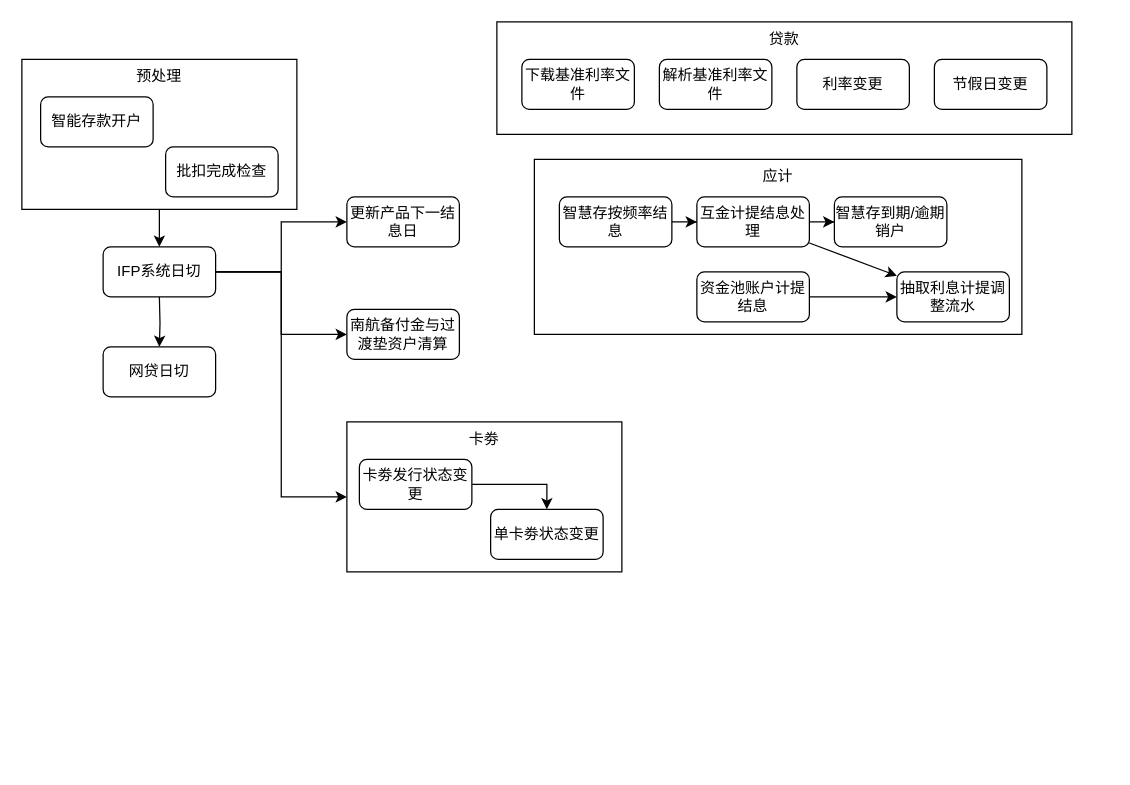
Above: page "MAIN" (2 of 2) of 日终处理.drawio in CaiShaobin/abin_drawio (draw.io), before the change. Source tidied: cells renumbered, new cells numbered last; positions are measured from the earlier drawing's top-left corner, leaving out a move shared by most shapes. Both pictures are drawn from the tidied source at 125%, with x=0, y=0 at pixel (21, 21).
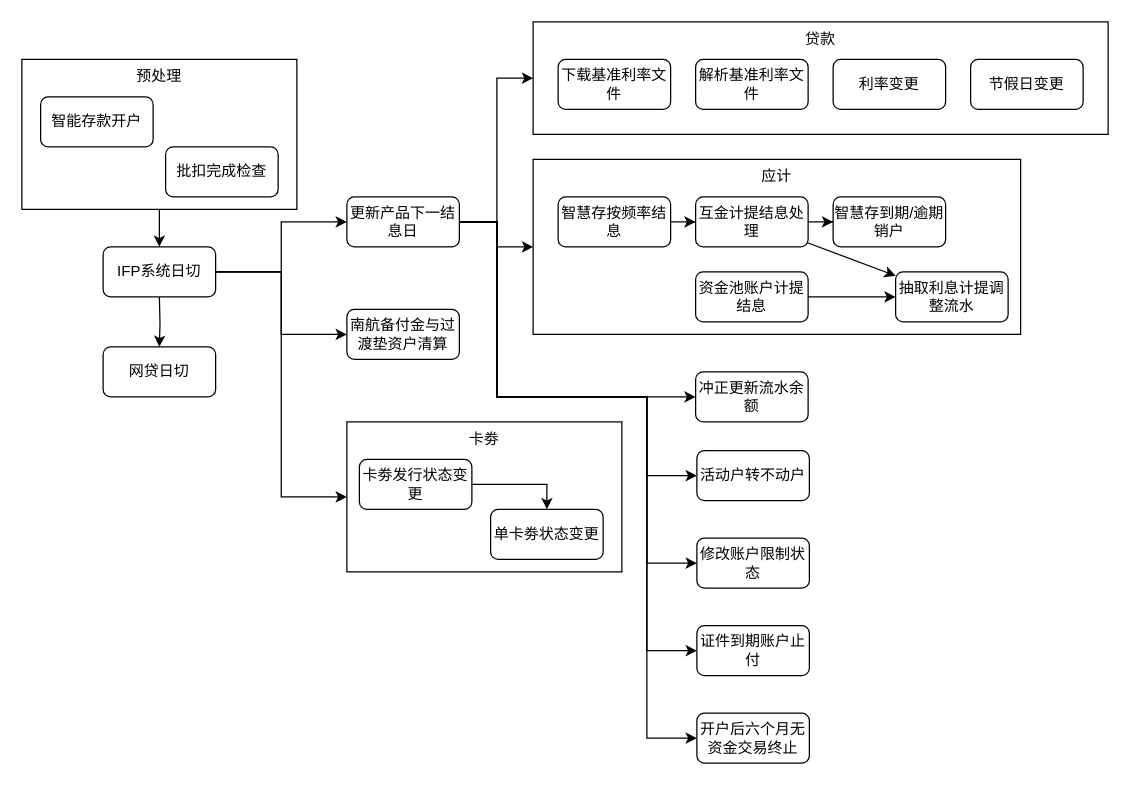
Above is the later version.

Commit message:
更新日终处理.drawio

The change refers to these unchanged cells:
```xml
<mxCell id="12" value="更新产品下一结息日" style="rounded=1;whiteSpace=wrap;html=1;" parent="1" vertex="1">
  <mxGeometry x="260" y="140" width="90" height="40" as="geometry" />
</mxCell>
<mxCell id="20" value="贷款" style="rounded=0;whiteSpace=wrap;html=1;verticalAlign=top;" parent="19" vertex="1">
  <mxGeometry width="460" height="90" as="geometry" />
</mxCell>
<mxCell id="26" value="应计" style="rounded=0;whiteSpace=wrap;html=1;verticalAlign=top;" parent="25" vertex="1">
  <mxGeometry width="390" height="140" as="geometry" />
</mxCell>
```

Change to the diagram source:
```diff
@@
+    <mxCell id="36" style="edgeStyle=orthogonalEdgeStyle;rounded=0;jettySize=auto;html=1;entryX=0;entryY=0.5;entryDx=0;entryDy=0;" parent="1" edge="1" source="12" target="20">
+      <mxGeometry relative="1" as="geometry">
+        <Array as="points">
+          <mxPoint x="380" y="160" />
+          <mxPoint x="380" y="45" />
+        </Array>
+      </mxGeometry>
+    </mxCell>
+    <mxCell id="37" style="edgeStyle=orthogonalEdgeStyle;rounded=0;jettySize=auto;html=1;" parent="1" edge="1" source="12" target="26">
+      <mxGeometry relative="1" as="geometry">
+        <Array as="points">
+          <mxPoint x="380" y="160" />
+          <mxPoint x="380" y="180" />
+        </Array>
+      </mxGeometry>
+    </mxCell>
+    <mxCell id="38" style="edgeStyle=orthogonalEdgeStyle;rounded=0;jettySize=auto;html=1;entryX=0;entryY=0.5;entryDx=0;entryDy=0;" parent="1" edge="1" source="12" target="44">
+      <mxGeometry relative="1" as="geometry">
+        <Array as="points">
+          <mxPoint x="380" y="160" />
+          <mxPoint x="380" y="300" />
+          <mxPoint x="500" y="300" />
+          <mxPoint x="500" y="363" />
+        </Array>
+      </mxGeometry>
+    </mxCell>
+    <mxCell id="39" style="edgeStyle=orthogonalEdgeStyle;rounded=0;jettySize=auto;html=1;entryX=0;entryY=0.5;entryDx=0;entryDy=0;" parent="1" edge="1" source="12" target="43">
+      <mxGeometry relative="1" as="geometry">
+        <Array as="points">
+          <mxPoint x="380" y="160" />
+          <mxPoint x="380" y="300" />
+        </Array>
+      </mxGeometry>
+    </mxCell>
+    <mxCell id="40" style="edgeStyle=orthogonalEdgeStyle;rounded=0;jettySize=auto;html=1;entryX=0;entryY=0.5;entryDx=0;entryDy=0;exitX=1;exitY=0.5;exitDx=0;exitDy=0;" parent="1" edge="1" source="12" target="45">
+      <mxGeometry relative="1" as="geometry">
+        <Array as="points">
+          <mxPoint x="380" y="160" />
+          <mxPoint x="380" y="300" />
+          <mxPoint x="500" y="300" />
+          <mxPoint x="500" y="433" />
+        </Array>
+      </mxGeometry>
+    </mxCell>
+    <mxCell id="41" style="edgeStyle=orthogonalEdgeStyle;rounded=0;jettySize=auto;html=1;entryX=0;entryY=0.5;entryDx=0;entryDy=0;" parent="1" edge="1" source="12" target="46">
+      <mxGeometry relative="1" as="geometry">
+        <Array as="points">
+          <mxPoint x="380" y="160" />
+          <mxPoint x="380" y="300" />
+          <mxPoint x="500" y="300" />
+          <mxPoint x="500" y="503" />
+        </Array>
+      </mxGeometry>
+    </mxCell>
+    <mxCell id="42" style="edgeStyle=orthogonalEdgeStyle;rounded=0;jettySize=auto;html=1;entryX=0;entryY=0.5;entryDx=0;entryDy=0;" parent="1" edge="1" source="12" target="47">
+      <mxGeometry relative="1" as="geometry">
+        <Array as="points">
+          <mxPoint x="380" y="160" />
+          <mxPoint x="380" y="300" />
+          <mxPoint x="500" y="300" />
+          <mxPoint x="500" y="573" />
+        </Array>
+      </mxGeometry>
+    </mxCell>
@@
     <mxCell id="19" style="group;" parent="1" vertex="1">
-      <mxGeometry x="380" width="460" height="90" as="geometry" />
+      <mxGeometry x="409" width="460" height="90" as="geometry" />
     </mxCell>
@@
     <mxCell id="25" style="group;" parent="1" vertex="1">
-      <mxGeometry x="410" y="110" width="390" height="140" as="geometry" />
+      <mxGeometry x="409" y="110" width="390" height="140" as="geometry" />
     </mxCell>
@@
+    <mxCell id="43" value="冲正更新流水余额" style="rounded=1;whiteSpace=wrap;html=1;" parent="25" vertex="1">
+      <mxGeometry x="130" y="170" width="90" height="40" as="geometry" />
+    </mxCell>
+    <mxCell id="44" value="活动户转不动户" style="rounded=1;whiteSpace=wrap;html=1;" parent="1" vertex="1">
+      <mxGeometry x="540" y="343" width="90" height="40" as="geometry" />
+    </mxCell>
+    <mxCell id="45" value="修改账户限制状态" style="rounded=1;whiteSpace=wrap;html=1;" parent="1" vertex="1">
+      <mxGeometry x="540" y="413" width="90" height="40" as="geometry" />
+    </mxCell>
+    <mxCell id="46" value="证件到期账户止付" style="rounded=1;whiteSpace=wrap;html=1;" parent="1" vertex="1">
+      <mxGeometry x="540" y="483" width="90" height="40" as="geometry" />
+    </mxCell>
+    <mxCell id="47" value="开户后六个月无资金交易终止" style="rounded=1;whiteSpace=wrap;html=1;" parent="1" vertex="1">
+      <mxGeometry x="540" y="553" width="90" height="40" as="geometry" />
+    </mxCell>
```
